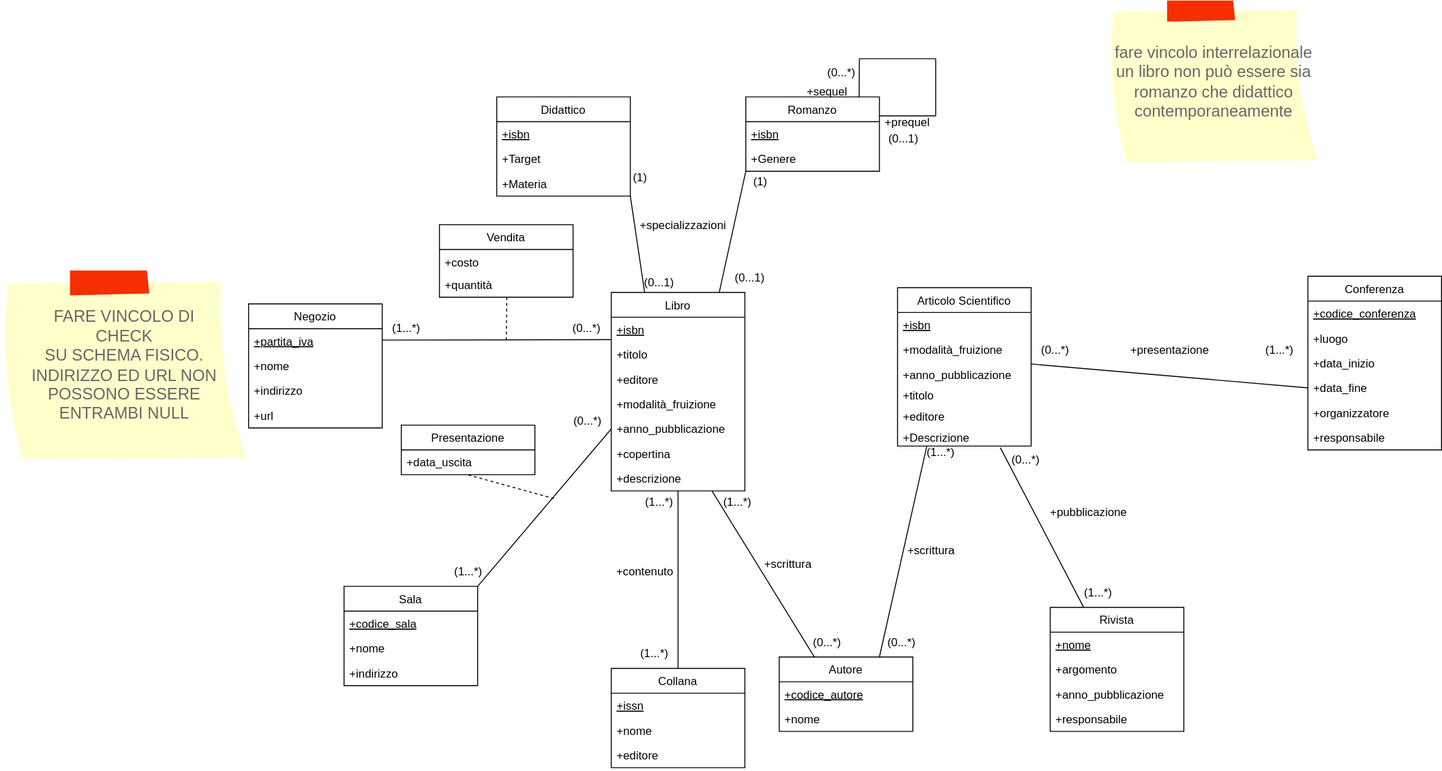
Before: Modello_Concettuale_Ristrutturato.drawio.svg, a diagram exported from draw.io (m3tt0/Progetto_OB_BASI). Source tidied: cells renumbered, new cells last; positions are measured from the earlier drawing's top-left corner, leaving out a move shared by most shapes.
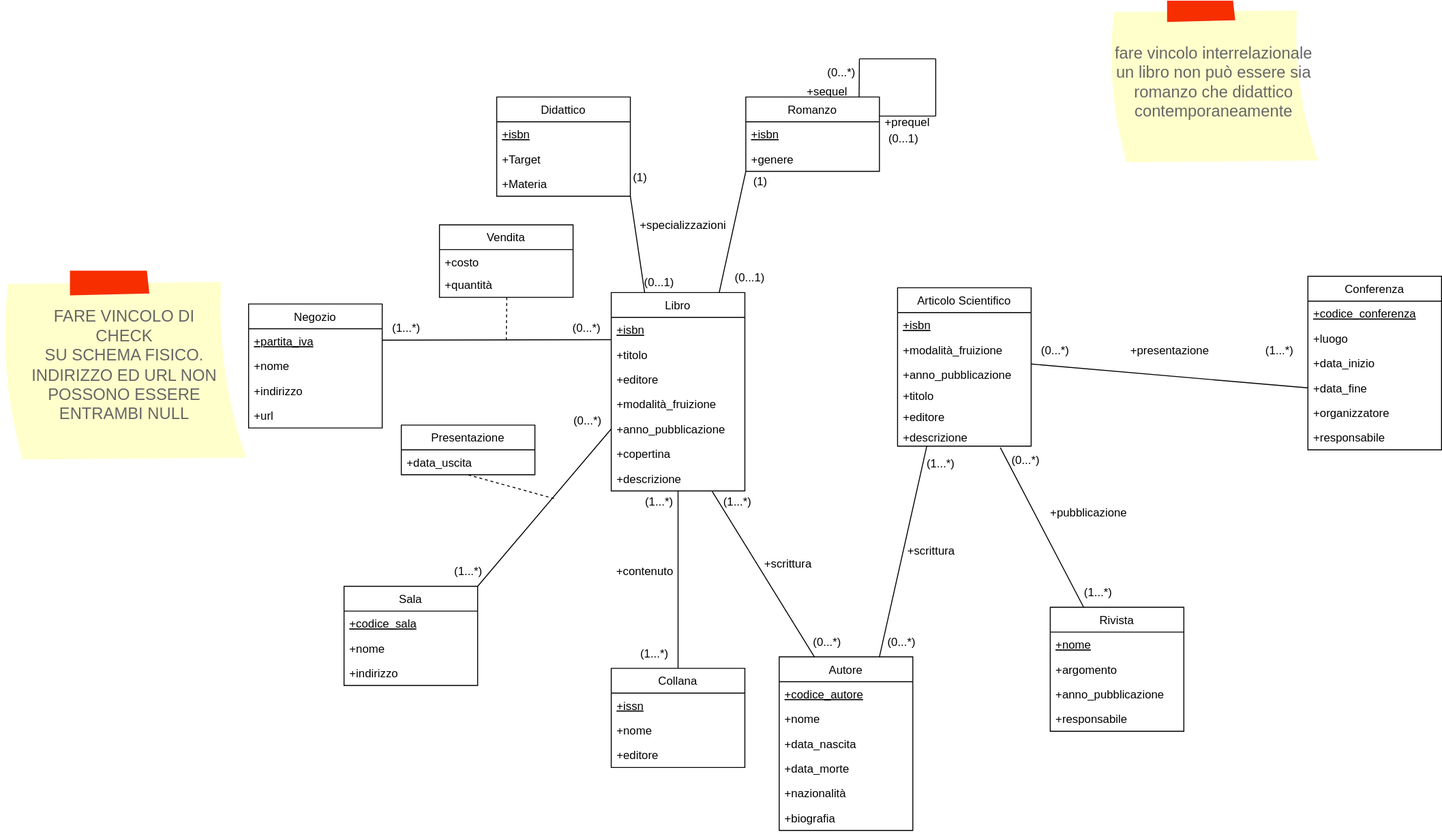
Above is the later version.

The edit, as a diff of the source:
```diff
@@ -65,11 +65,11 @@
     <mxCell id="22" value="+editore" style="text;strokeColor=none;fillColor=none;align=left;verticalAlign=top;spacingLeft=4;spacingRight=4;overflow=hidden;" parent="17" vertex="1">
       <mxGeometry y="122" width="140" height="22" as="geometry" />
     </mxCell>
-    <mxCell id="23" value="+Descrizione" style="text;strokeColor=none;fillColor=none;align=left;verticalAlign=top;spacingLeft=4;spacingRight=4;overflow=hidden;points=[[0,0.5],[1,0.5]];portConstraint=eastwest;" parent="17" vertex="1">
+    <mxCell id="23" value="+descrizione" style="text;strokeColor=none;fillColor=none;align=left;verticalAlign=top;spacingLeft=4;spacingRight=4;overflow=hidden;points=[[0,0.5],[1,0.5]];portConstraint=eastwest;" parent="17" vertex="1">
       <mxGeometry y="144" width="140" height="22" as="geometry" />
     </mxCell>
     <mxCell id="24" value="Autore" style="swimlane;fontStyle=0;horizontal=1;startSize=26;fillColor=none;" parent="1" vertex="1">
-      <mxGeometry x="816" y="688" width="140" height="78" as="geometry" />
+      <mxGeometry x="816" y="688" width="140" height="182" as="geometry" />
     </mxCell>
     <mxCell id="25" value="+codice_autore" style="text;strokeColor=none;fillColor=none;align=left;verticalAlign=top;spacingLeft=4;spacingRight=4;overflow=hidden;fontStyle=4;" parent="24" vertex="1">
       <mxGeometry y="26" width="140" height="26" as="geometry" />
@@ -77,6 +77,18 @@
     <mxCell id="26" value="+nome" style="text;strokeColor=none;fillColor=none;align=left;verticalAlign=top;spacingLeft=4;spacingRight=4;overflow=hidden;" parent="24" vertex="1">
       <mxGeometry y="52" width="140" height="26" as="geometry" />
     </mxCell>
+    <mxCell id="103" value="+data_nascita" style="text;strokeColor=none;fillColor=none;align=left;verticalAlign=top;spacingLeft=4;spacingRight=4;overflow=hidden;" parent="24" vertex="1">
+      <mxGeometry y="78" width="140" height="26" as="geometry" />
+    </mxCell>
+    <mxCell id="104" value="+data_morte" style="text;strokeColor=none;fillColor=none;align=left;verticalAlign=top;spacingLeft=4;spacingRight=4;overflow=hidden;" parent="24" vertex="1">
+      <mxGeometry y="104" width="140" height="26" as="geometry" />
+    </mxCell>
+    <mxCell id="105" value="+nazionalità" style="text;strokeColor=none;fillColor=none;align=left;verticalAlign=top;spacingLeft=4;spacingRight=4;overflow=hidden;" parent="24" vertex="1">
+      <mxGeometry y="130" width="140" height="26" as="geometry" />
+    </mxCell>
+    <mxCell id="106" value="+biografia" style="text;strokeColor=none;fillColor=none;align=left;verticalAlign=top;spacingLeft=4;spacingRight=4;overflow=hidden;" parent="24" vertex="1">
+      <mxGeometry y="156" width="140" height="26" as="geometry" />
+    </mxCell>
     <mxCell id="27" style="endArrow=none;html=1;rounded=0;entryX=0.25;entryY=1.01;entryDx=0;entryDy=0;exitX=0.756;exitY=1.022;exitDx=0;exitDy=0;entryPerimeter=0;exitPerimeter=0;" parent="1" edge="1" source="16" target="44">
       <mxGeometry relative="1" as="geometry" />
     </mxCell>
@@ -126,7 +138,7 @@
       <mxGeometry x="747" y="511" width="50" height="30" as="geometry" />
     </mxCell>
     <mxCell id="43" value="(1...*)" style="text;html=1;align=center;verticalAlign=middle;strokeColor=none;fillColor=none;" parent="1" vertex="1">
-      <mxGeometry x="960" y="459" width="50" height="30" as="geometry" />
+      <mxGeometry x="960" y="471" width="50" height="30" as="geometry" />
     </mxCell>
     <mxCell id="44" value="(0...*)" style="text;html=1;align=center;verticalAlign=middle;points=[];strokeColor=none;fillColor=none;rotation=0;" parent="1" vertex="1">
       <mxGeometry x="840" y="658" width="52" height="30" as="geometry" />
@@ -258,7 +270,7 @@
     <mxCell id="85" value="+isbn" style="text;strokeColor=none;fillColor=none;align=left;verticalAlign=top;spacingLeft=4;spacingRight=4;overflow=hidden;fontStyle=4;" parent="84" vertex="1">
       <mxGeometry y="26" width="140" height="26" as="geometry" />
     </mxCell>
-    <mxCell id="86" value="+Genere" style="text;strokeColor=none;fillColor=none;align=left;verticalAlign=top;spacingLeft=4;spacingRight=4;overflow=hidden;" parent="84" vertex="1">
+    <mxCell id="86" value="+genere" style="text;strokeColor=none;fillColor=none;align=left;verticalAlign=top;spacingLeft=4;spacingRight=4;overflow=hidden;" parent="84" vertex="1">
       <mxGeometry y="52" width="140" height="26" as="geometry" />
     </mxCell>
     <mxCell id="87" style="endArrow=none;html=1;rounded=0;exitX=0.848;exitY=0.001;exitDx=0;exitDy=0;exitPerimeter=0;" parent="1" edge="1" source="84">
```
